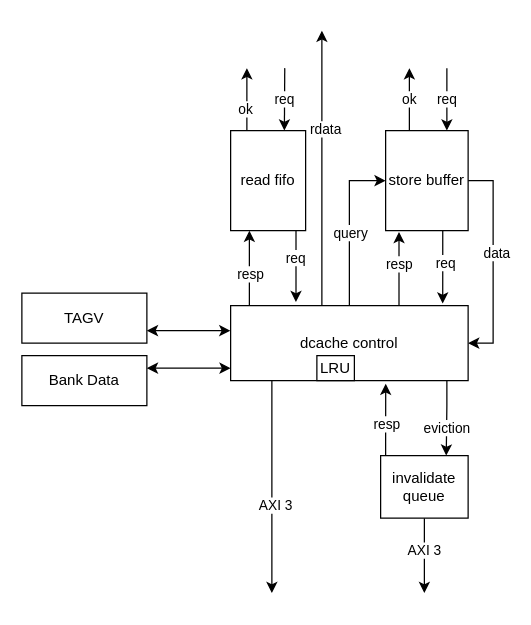
The draw.io diagram asset/source/dcache.drawio in HectorMIPS/HectorMIPS, before the edit. Source tidied: cells renumbered, new cells numbered last; positions are measured from the earlier drawing's top-left corner, leaving out a move shared by most shapes. Both pictures are drawn from the tidied source at 125%, with x=0, y=0 at pixel (21, 30).
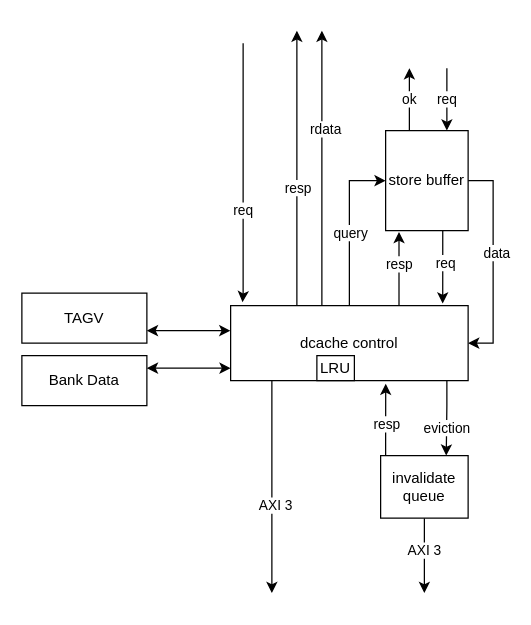
The same diagram, later.

The change refers to these unchanged cells:
```xml
<mxCell id="14" value="dcache control" style="rounded=0;whiteSpace=wrap;html=1;" parent="13" vertex="1">
  <mxGeometry width="190" height="60" as="geometry" />
</mxCell>
```

What changed in the source:
```diff
@@
-    <mxCell id="2" style="edgeStyle=orthogonalEdgeStyle;rounded=0;jettySize=auto;html=1;entryX=0.275;entryY=-0.047;entryDx=0;entryDy=0;entryPerimeter=0;" parent="1" edge="1" source="4" target="14">
-      <mxGeometry relative="1" as="geometry">
-        <Array as="points">
-          <mxPoint x="219" y="210" />
-        </Array>
-      </mxGeometry>
-    </mxCell>
-    <mxCell id="3" value="req" style="edgeLabel;html=1;align=center;verticalAlign=middle;" parent="2" vertex="1">
-      <mxGeometry x="-0.27" y="-1" relative="1" as="geometry" />
-    </mxCell>
-    <mxCell id="4" value="read fifo" style="rounded=0;whiteSpace=wrap;html=1;" parent="1" vertex="1">
-      <mxGeometry x="167" y="80" width="60" height="80" as="geometry" />
-    </mxCell>
@@
-    <mxCell id="12" value="req" style="endArrow=classic;html=1;" parent="1" edge="1">
-      <mxGeometry relative="1" as="geometry">
-        <mxPoint x="210.3" y="30" as="sourcePoint" />
-        <mxPoint x="210" y="80" as="targetPoint" />
-      </mxGeometry>
-    </mxCell>
@@
-    <mxCell id="31" style="edgeStyle=orthogonalEdgeStyle;rounded=0;jettySize=auto;html=1;entryX=0.25;entryY=1;entryDx=0;entryDy=0;" parent="1" edge="1" source="14" target="4">
+    <mxCell id="31" style="edgeStyle=orthogonalEdgeStyle;rounded=0;jettySize=auto;html=1;" parent="1" edge="1" source="14">
       <mxGeometry relative="1" as="geometry">
+        <mxPoint x="220" as="targetPoint" />
         <Array as="points">
-          <mxPoint x="182" y="210" />
-          <mxPoint x="182" y="210" />
+          <mxPoint x="220" y="10" />
         </Array>
       </mxGeometry>
     </mxCell>
@@
-    <mxCell id="35" style="edgeStyle=orthogonalEdgeStyle;rounded=0;orthogonalLoop=1;jettySize=auto;html=1;" parent="1" edge="1">
-      <mxGeometry relative="1" as="geometry">
-        <mxPoint x="180" y="80" as="sourcePoint" />
-        <mxPoint x="180" y="30" as="targetPoint" />
-        <Array as="points">
-          <mxPoint x="180" y="60" />
-          <mxPoint x="180" y="60" />
-        </Array>
-      </mxGeometry>
-    </mxCell>
-    <mxCell id="36" value="ok" style="edgeLabel;html=1;align=center;verticalAlign=middle;" parent="35" vertex="1">
-      <mxGeometry x="-0.3" y="2" relative="1" as="geometry" />
-    </mxCell>
@@
+    <mxCell id="39" style="edgeStyle=orthogonalEdgeStyle;rounded=0;jettySize=auto;html=1;entryX=0.05;entryY=-0.045;entryDx=0;entryDy=0;entryPerimeter=0;" parent="1" edge="1" target="14">
+      <mxGeometry relative="1" as="geometry">
+        <mxPoint x="177" y="10" as="sourcePoint" />
+        <Array as="points">
+          <mxPoint x="177" y="210" />
+          <mxPoint x="176" y="210" />
+        </Array>
+      </mxGeometry>
+    </mxCell>
+    <mxCell id="3" value="req" style="edgeLabel;html=1;align=center;verticalAlign=middle;" parent="39" vertex="1">
+      <mxGeometry x="0.28" y="-1" relative="1" as="geometry" />
+    </mxCell>
```
